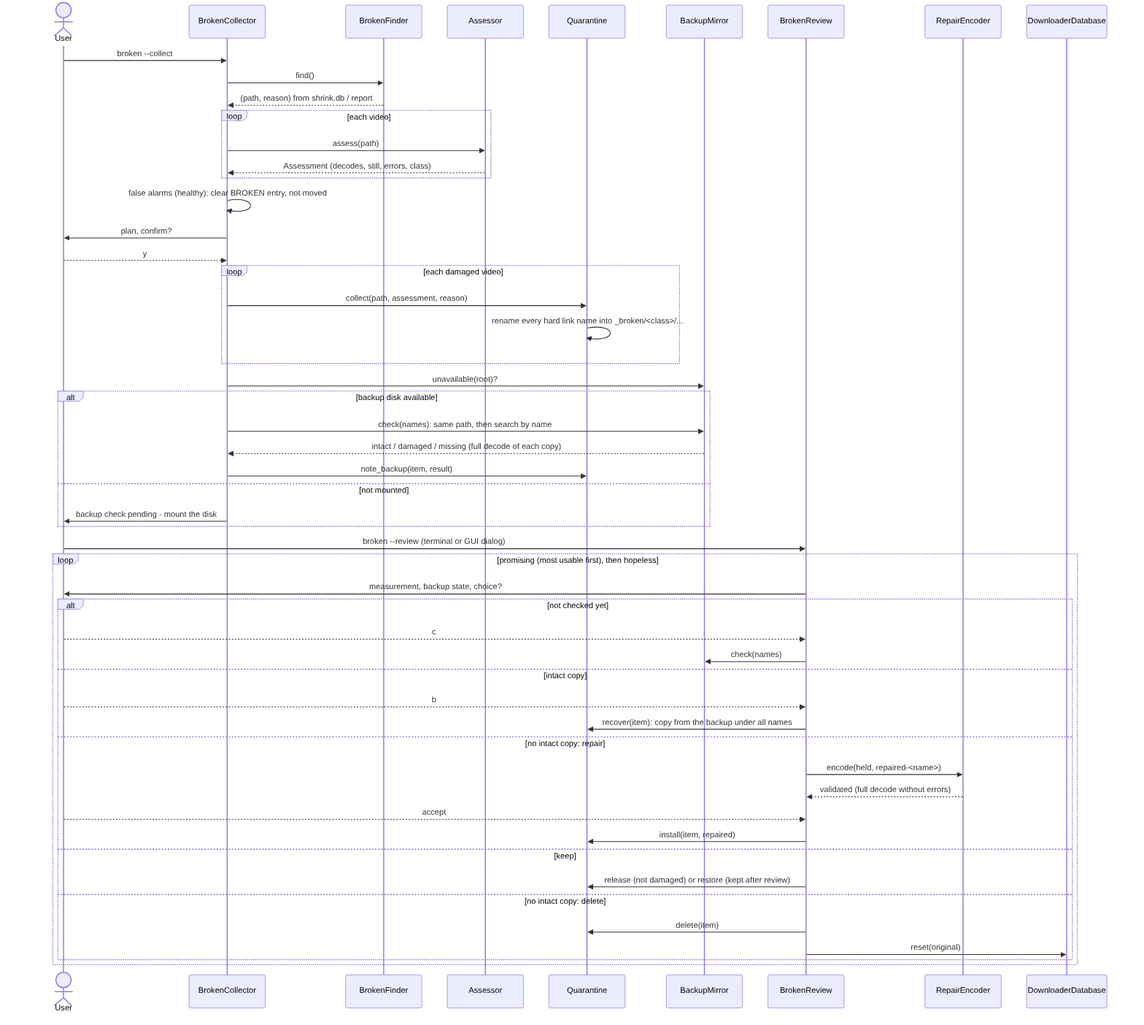
The Mermaid diagram docs/img/seq_broken.png in peddanet/mediatools, before a commit. Its source is kept beside it as docs/img/seq_broken.mmd.
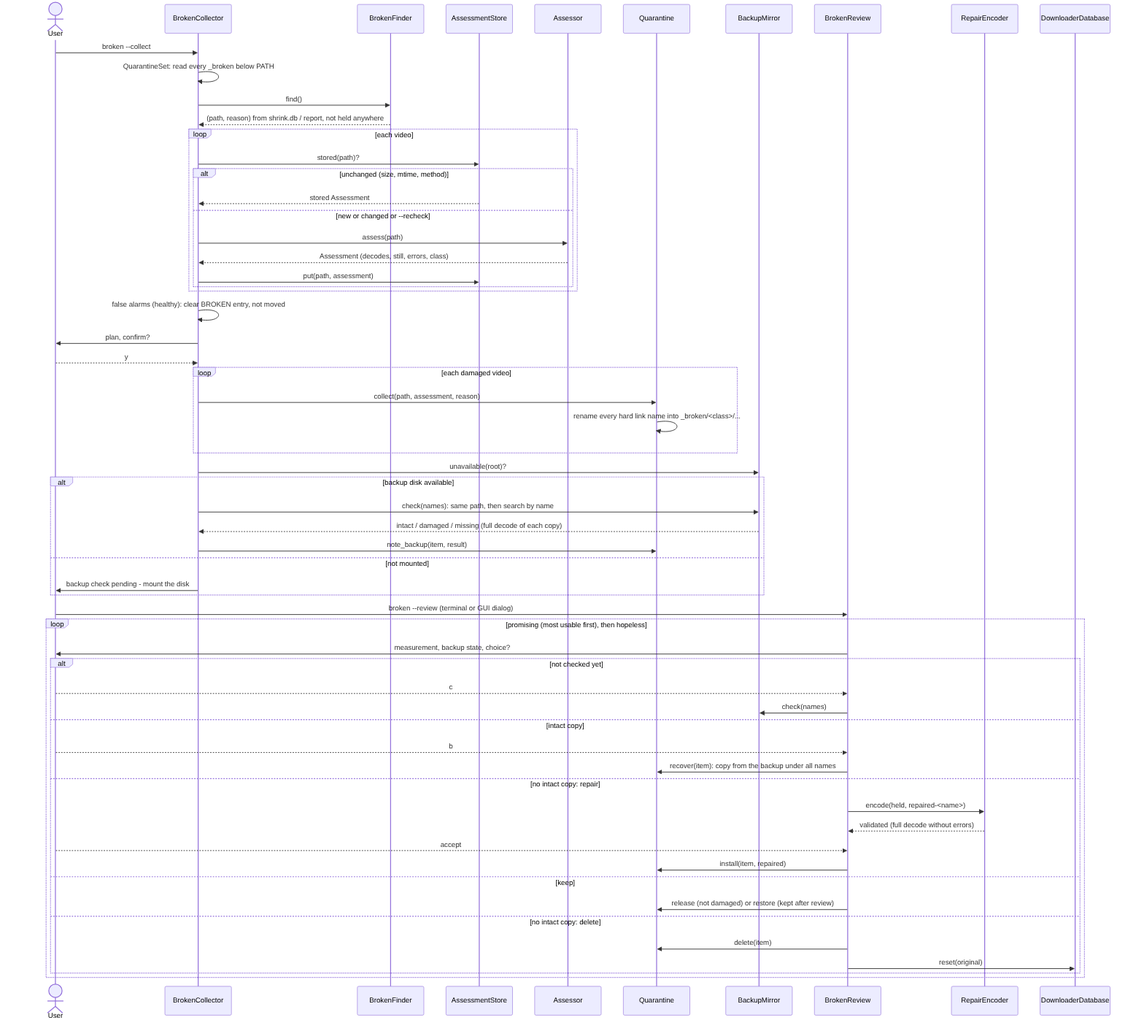
Later version of the same file.

Diff of the diagram source:
```diff
@@ -2,6 +2,7 @@
   actor U as User
   participant C as BrokenCollector
   participant F as BrokenFinder
+  participant S as AssessmentStore
   participant A as Assessor
   participant Q as Quarantine
   participant K as BackupMirror
@@ -9,11 +10,18 @@
   participant E as RepairEncoder
   participant D as DownloaderDatabase
   U->>C: broken --collect
+  C->>C: QuarantineSet: read every _broken below PATH
   C->>F: find()
-  F-->>C: (path, reason) from shrink.db / report
+  F-->>C: (path, reason) from shrink.db / report, not held anywhere
   loop each video
-    C->>A: assess(path)
-    A-->>C: Assessment (decodes, still, errors, class)
+    C->>S: stored(path)?
+    alt unchanged (size, mtime, method)
+      S-->>C: stored Assessment
+    else new or changed or --recheck
+      C->>A: assess(path)
+      A-->>C: Assessment (decodes, still, errors, class)
+      C->>S: put(path, assessment)
+    end
   end
   C->>C: false alarms (healthy): clear BROKEN entry, not moved
   C->>U: plan, confirm?
```
